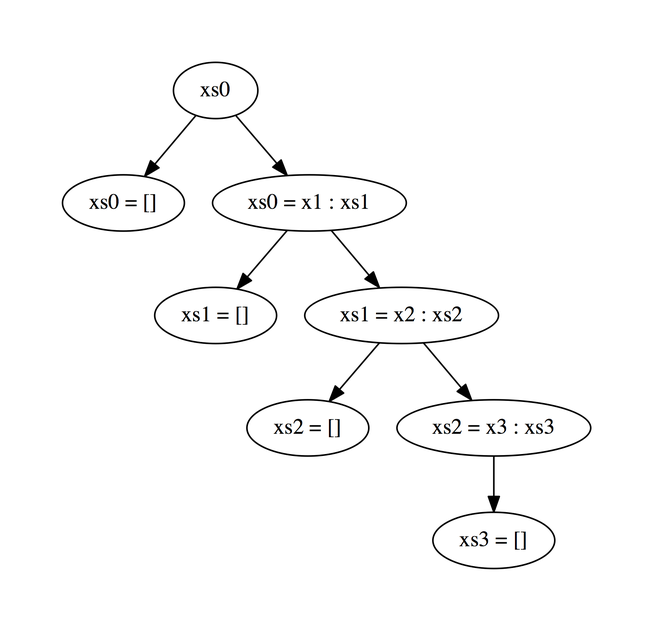
Earlier version of the Graphviz export skeleton.png (gridaphobe/research-exam). Its source is kept beside it as skeleton.dot. The source it was exported from:
```dot
digraph G {
  nil0[label="xs0 = []"];
  nil1[label="xs1 = []"];
  nil2[label="xs2 = []"];
  nil3[label="xs3 = []"];
  cons0[label="xs0 = x1 : xs1"];
  cons1[label="xs1 = x2 : xs2"];
  cons2[label="xs2 = x3 : xs3"];
  xs0 -> nil0;
  xs0 -> cons0;
  cons0 -> nil1;
  cons0 -> cons1;
  cons1 -> nil2;
  cons1 -> cons2;
  cons2 -> nil3;
}
```
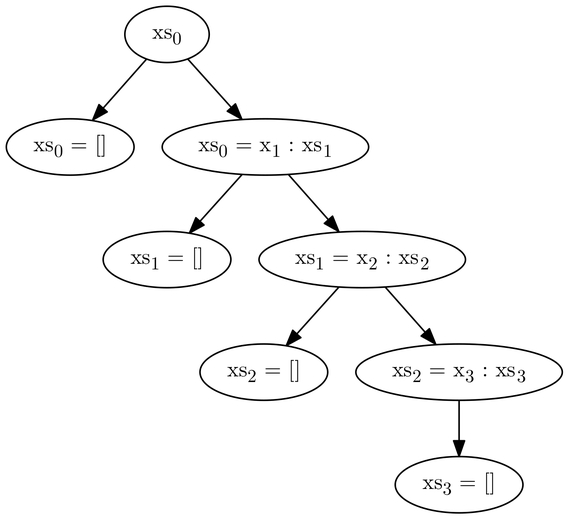
The same diagram one commit later.

What changed in the source:
```diff
@@ -1,13 +1,17 @@
 digraph G {
-  nil0[label="xs0 = []"];
-  nil1[label="xs1 = []"];
-  nil2[label="xs2 = []"];
-  nil3[label="xs3 = []"];
-  cons0[label="xs0 = x1 : xs1"];
-  cons1[label="xs1 = x2 : xs2"];
-  cons2[label="xs2 = x3 : xs3"];
-  xs0 -> nil0;
-  xs0 -> cons0;
+  graph [ dpi = 300, fontname = "Latin-Modern-Math" ];
+  node [ fontname = "Latin Modern Math" ];
+  edge [ fontname = "Latin Modern Math" ];
+  xs[label=<xs<SUB>0</SUB>>];
+  nil0[label=<xs<SUB>0</SUB> = []>];
+  nil1[label=<xs<SUB>1</SUB> = []>];
+  nil2[label=<xs<SUB>2</SUB> = []>];
+  nil3[label=<xs<SUB>3</SUB> = []>];
+  cons0[label=<xs<SUB>0</SUB> = x<SUB>1</SUB> : xs<SUB>1</SUB>>];
+  cons1[label=<xs<SUB>1</SUB> = x<SUB>2</SUB> : xs<SUB>2</SUB>>];
+  cons2[label=<xs<SUB>2</SUB> = x<SUB>3</SUB> : xs<SUB>3</SUB>>];
+  xs -> nil0;
+  xs -> cons0;
   cons0 -> nil1;
   cons0 -> cons1;
   cons1 -> nil2;
```
